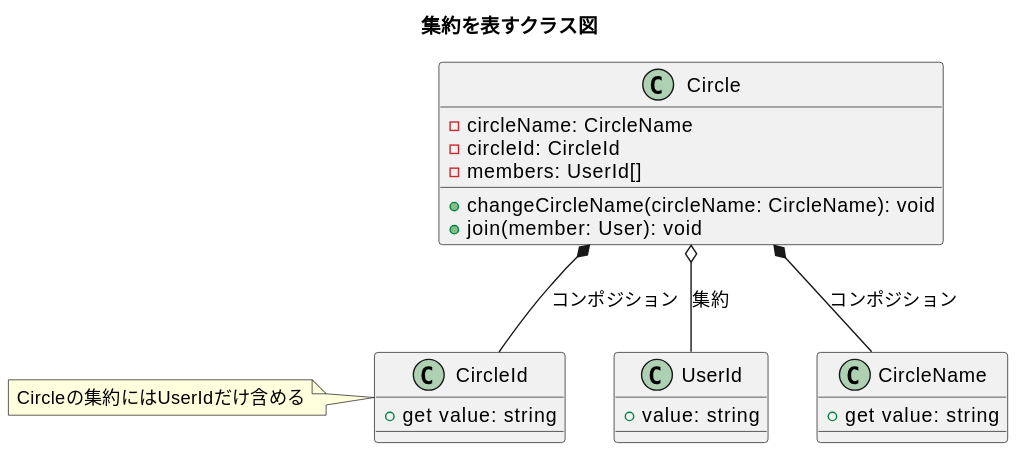
Before: diagrams/ch12-aggregate-userid.svg, a diagram exported from PlantUML (Yuki-TU/ddd). Its diagram source:
```plantuml
@startuml
title 集約を表すクラス図

class UserId {
  + value: string
}

class Circle {
  - circleName: CircleName
  - circleId: CircleId
  - members: UserId[]
  + changeCircleName(circleName: CircleName): void
  + join(member: User): void
}

class CircleName {
  + get value: string
}
class CircleId {
  + get value: string
}

note left
Circleの集約にはUserIdだけ含める
endnote

Circle *-- CircleId: コンポジション
Circle *-- CircleName: コンポジション
Circle o-- UserId: 集約
@enduml
```
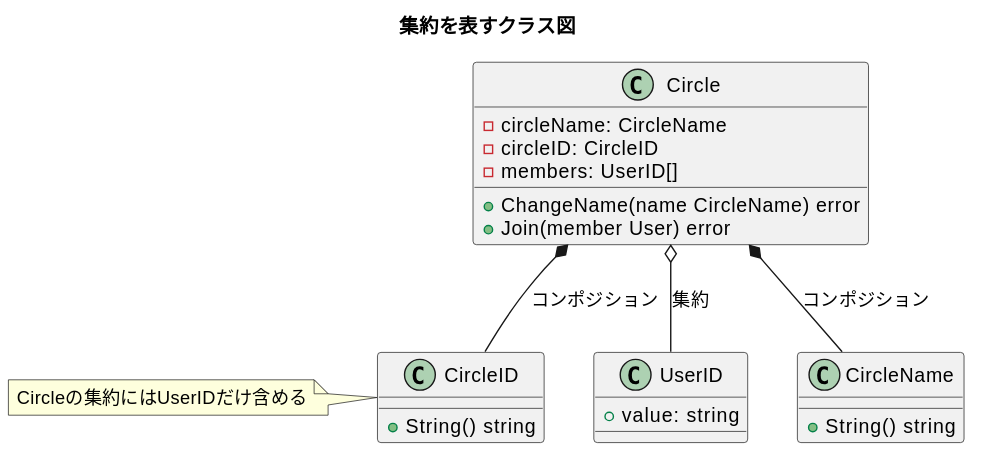
After the commit.

Change to the diagram source:
```diff
@@ -1,30 +1,30 @@
 @startuml
 title 集約を表すクラス図
 
-class UserId {
+class UserID {
   + value: string
 }
 
 class Circle {
   - circleName: CircleName
-  - circleId: CircleId
-  - members: UserId[]
-  + changeCircleName(circleName: CircleName): void
-  + join(member: User): void
+  - circleID: CircleID
+  - members: UserID[]
+  + ChangeName(name CircleName) error
+  + Join(member User) error
 }
 
 class CircleName {
-  + get value: string
+  + String() string
 }
-class CircleId {
-  + get value: string
+class CircleID {
+  + String() string
 }
 
 note left
-Circleの集約にはUserIdだけ含める
+Circleの集約にはUserIDだけ含める
 endnote
 
-Circle *-- CircleId: コンポジション
+Circle *-- CircleID: コンポジション
 Circle *-- CircleName: コンポジション
-Circle o-- UserId: 集約
+Circle o-- UserID: 集約
 @enduml
```
